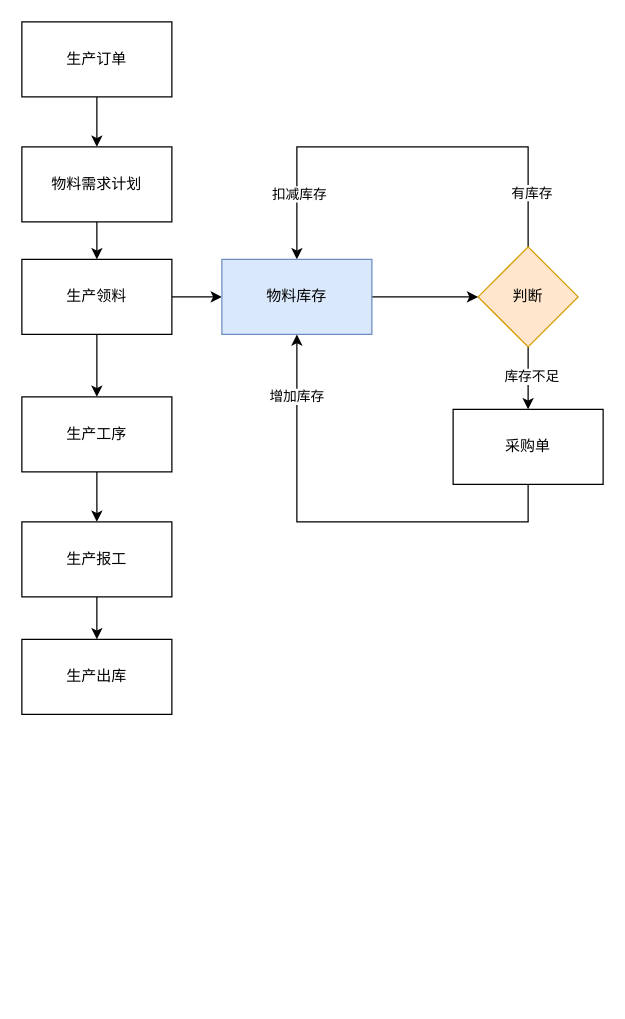
Before: 生产管理.drawio in pbm0802/GitIDEATest, a draw.io diagram. Source tidied: cells renumbered, new cells numbered last; positions are measured from the earlier drawing's top-left corner, leaving out a move shared by most shapes. Both pictures are drawn from the tidied source at 125%, with x=0, y=0 at pixel (21, 21).
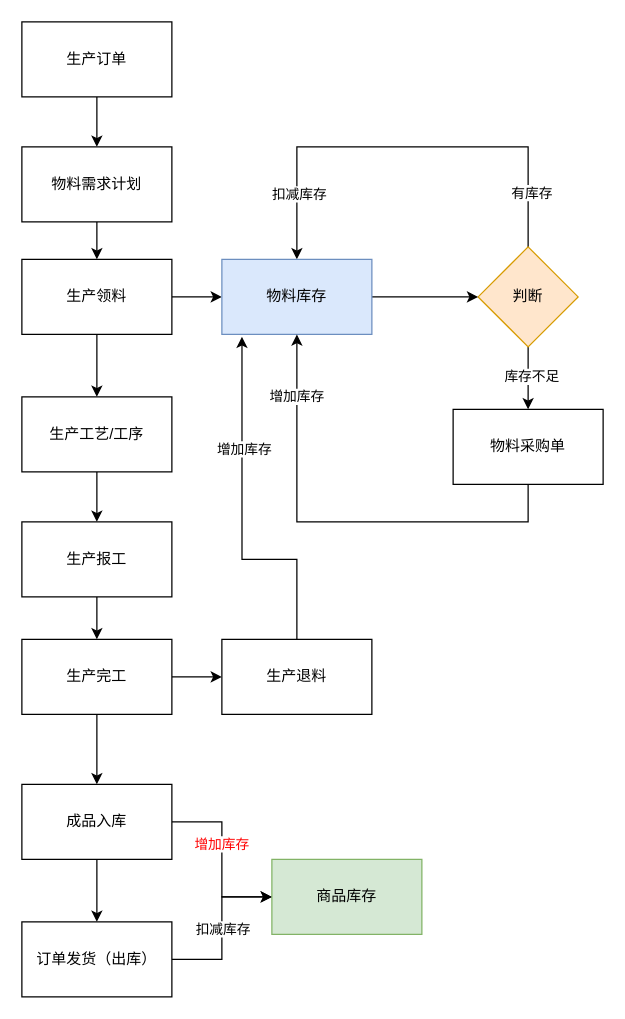
After the change.

Commit message:
更新生产管理.drawio

The change refers to these unchanged cells:
```xml
<mxCell id="21" value="物料库存" style="rounded=0;whiteSpace=wrap;html=1;fillColor=#dae8fc;strokeColor=#6c8ebf;" parent="1" vertex="1">
  <mxGeometry x="160" y="190" width="120" height="60" as="geometry" />
</mxCell>
```

The edit, as a diff of the source:
```diff
@@
-    <mxCell id="7" value="生产工序" style="rounded=0;whiteSpace=wrap;html=1;" parent="1" vertex="1">
+    <mxCell id="7" value="生产工艺/工序" style="rounded=0;whiteSpace=wrap;html=1;" parent="1" vertex="1">
       <mxGeometry y="300" width="120" height="60" as="geometry" />
     </mxCell>
@@
+    <mxCell id="25" style="edgeStyle=orthogonalEdgeStyle;rounded=0;jettySize=auto;html=1;exitX=0.5;exitY=1;exitDx=0;exitDy=0;" parent="1" edge="1" source="10" target="30">
+      <mxGeometry relative="1" as="geometry" />
+    </mxCell>
+    <mxCell id="26" style="edgeStyle=orthogonalEdgeStyle;rounded=0;jettySize=auto;html=1;exitX=1;exitY=0.5;exitDx=0;exitDy=0;entryX=0;entryY=0.5;entryDx=0;entryDy=0;" parent="1" edge="1" source="10" target="35">
+      <mxGeometry relative="1" as="geometry" />
+    </mxCell>
-    <mxCell id="10" value="生产出库" style="rounded=0;whiteSpace=wrap;html=1;" parent="1" vertex="1">
+    <mxCell id="10" value="生产完工" style="rounded=0;whiteSpace=wrap;html=1;" parent="1" vertex="1">
       <mxGeometry y="494" width="120" height="60" as="geometry" />
     </mxCell>
@@
-    <mxCell id="24" value="采购单" style="rounded=0;whiteSpace=wrap;html=1;" parent="1" vertex="1">
+    <mxCell id="24" value="物料采购单" style="rounded=0;whiteSpace=wrap;html=1;" parent="1" vertex="1">
       <mxGeometry x="345" y="310" width="120" height="60" as="geometry" />
     </mxCell>
+    <mxCell id="27" style="edgeStyle=orthogonalEdgeStyle;rounded=0;jettySize=auto;html=1;exitX=1;exitY=0.5;exitDx=0;exitDy=0;entryX=0;entryY=0.5;entryDx=0;entryDy=0;" parent="1" edge="1" source="30" target="31">
+      <mxGeometry relative="1" as="geometry" />
+    </mxCell>
+    <mxCell id="28" value="&lt;font color=&quot;#ff0000&quot;&gt;增加库存&lt;/font&gt;" style="edgeLabel;html=1;align=center;verticalAlign=middle;" parent="27" vertex="1">
+      <mxGeometry x="-0.19" y="-1" relative="1" as="geometry" />
+    </mxCell>
+    <mxCell id="29" style="edgeStyle=orthogonalEdgeStyle;rounded=0;jettySize=auto;html=1;exitX=0.5;exitY=1;exitDx=0;exitDy=0;entryX=0.5;entryY=0;entryDx=0;entryDy=0;" parent="1" edge="1" source="30" target="34">
+      <mxGeometry relative="1" as="geometry" />
+    </mxCell>
+    <mxCell id="30" value="成品入库" style="rounded=0;whiteSpace=wrap;html=1;" parent="1" vertex="1">
+      <mxGeometry y="610" width="120" height="60" as="geometry" />
+    </mxCell>
+    <mxCell id="31" value="商品库存" style="rounded=0;whiteSpace=wrap;html=1;fillColor=#d5e8d4;strokeColor=#82b366;" parent="1" vertex="1">
+      <mxGeometry x="200" y="670" width="120" height="60" as="geometry" />
+    </mxCell>
+    <mxCell id="32" style="edgeStyle=orthogonalEdgeStyle;rounded=0;jettySize=auto;html=1;exitX=1;exitY=0.5;exitDx=0;exitDy=0;entryX=0;entryY=0.5;entryDx=0;entryDy=0;" parent="1" edge="1" source="34" target="31">
+      <mxGeometry relative="1" as="geometry" />
+    </mxCell>
+    <mxCell id="33" value="扣减库存" style="edgeLabel;html=1;align=center;verticalAlign=middle;" parent="32" vertex="1">
+      <mxGeometry relative="1" as="geometry" />
+    </mxCell>
+    <mxCell id="34" value="订单发货（出库）" style="rounded=0;whiteSpace=wrap;html=1;" parent="1" vertex="1">
+      <mxGeometry y="720" width="120" height="60" as="geometry" />
+    </mxCell>
+    <mxCell id="35" value="生产退料" style="rounded=0;whiteSpace=wrap;html=1;" parent="1" vertex="1">
+      <mxGeometry x="160" y="494" width="120" height="60" as="geometry" />
+    </mxCell>
+    <mxCell id="36" style="edgeStyle=orthogonalEdgeStyle;rounded=0;jettySize=auto;html=1;exitX=0.5;exitY=0;exitDx=0;exitDy=0;entryX=0.134;entryY=1.032;entryDx=0;entryDy=0;entryPerimeter=0;" parent="1" edge="1" source="35" target="21">
+      <mxGeometry relative="1" as="geometry">
+        <Array as="points">
+          <mxPoint x="220" y="430" />
+          <mxPoint x="176" y="430" />
+        </Array>
+      </mxGeometry>
+    </mxCell>
+    <mxCell id="37" value="增加库存" style="edgeLabel;html=1;align=center;verticalAlign=middle;" parent="36" vertex="1">
+      <mxGeometry x="0.37" y="-1" relative="1" as="geometry" />
+    </mxCell>
```
